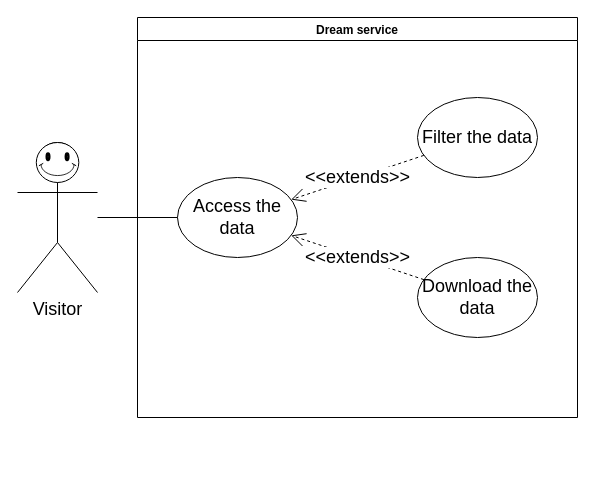
matteovisotto/SE2-CecchettoSirianiVisotto keeps this draw.io diagram as page "Visitor" (4 of 4) of Use cases diagram/UseCase.drawio. Above is the earlier version. Source tidied: cells renumbered, new cells numbered last; positions are measured from the earlier drawing's top-left corner, leaving out a move shared by most shapes. Both pictures are drawn from the tidied source at 100%, with x=0, y=0 at pixel (17, 17).
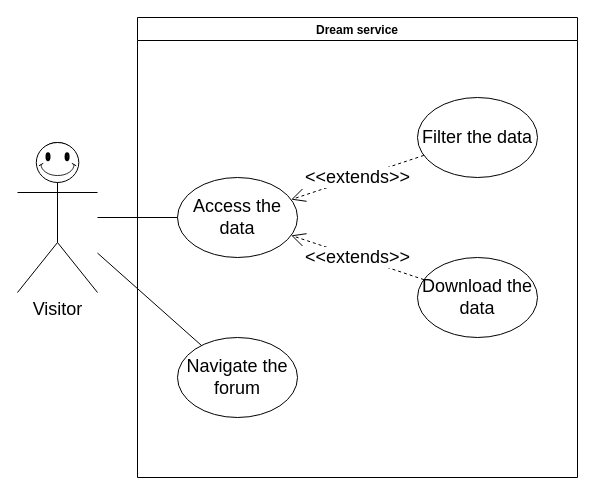
Above is the later version.

The edit, as a diff of the source:
```diff
@@
 <mxGraphModel>
   <root>
     <mxCell id="0" />
     <mxCell id="1" parent="0" />
     <mxCell id="2" value="&lt;font style=&quot;font-size: 18px&quot;&gt;Visitor&lt;/font&gt;" style="shape=umlActor;verticalLabelPosition=bottom;verticalAlign=top;html=1;outlineConnect=0;" parent="1" vertex="1">
       <mxGeometry y="125" width="80" height="150" as="geometry" />
     </mxCell>
     <mxCell id="3" value="Dream service" style="swimlane;" parent="1" vertex="1">
-      <mxGeometry x="120" width="440" height="400" as="geometry" />
+      <mxGeometry x="120" width="440" height="460" as="geometry" />
     </mxCell>
     <mxCell id="4" value="&lt;font style=&quot;font-size: 18px&quot;&gt;Filter the data&lt;/font&gt;" style="ellipse;whiteSpace=wrap;html=1;" parent="3" vertex="1">
       <mxGeometry x="280" y="80" width="120" height="80" as="geometry" />
     </mxCell>
     <mxCell id="5" value="&lt;font style=&quot;font-size: 18px&quot;&gt;Download the data&lt;/font&gt;" style="ellipse;whiteSpace=wrap;html=1;" parent="3" vertex="1">
       <mxGeometry x="280" y="240" width="120" height="80" as="geometry" />
     </mxCell>
     <mxCell id="6" value="&lt;font style=&quot;font-size: 18px&quot;&gt;Access the data&lt;/font&gt;" style="ellipse;whiteSpace=wrap;html=1;" parent="3" vertex="1">
       <mxGeometry x="40" y="160" width="120" height="80" as="geometry" />
     </mxCell>
     <mxCell id="7" value="&lt;font style=&quot;font-size: 18px&quot;&gt;&amp;lt;&amp;lt;extends&amp;gt;&amp;gt;&lt;/font&gt;" style="endArrow=open;endSize=12;dashed=1;html=1;rounded=0;" parent="3" edge="1" source="4" target="6">
       <mxGeometry relative="1" as="geometry" />
     </mxCell>
     <mxCell id="8" value="&lt;font style=&quot;font-size: 18px&quot;&gt;&amp;lt;&amp;lt;extends&amp;gt;&amp;gt;&lt;/font&gt;" style="endArrow=open;endSize=12;dashed=1;html=1;rounded=0;" parent="3" edge="1" source="5" target="6">
       <mxGeometry relative="1" as="geometry" />
     </mxCell>
+    <mxCell id="11" value="&lt;font style=&quot;font-size: 18px&quot;&gt;Navigate the forum&lt;/font&gt;" style="ellipse;whiteSpace=wrap;html=1;" parent="3" vertex="1">
+      <mxGeometry x="40" y="320" width="120" height="80" as="geometry" />
+    </mxCell>
     <mxCell id="9" style="verticalLabelPosition=bottom;verticalAlign=top;html=1;shape=mxgraph.basic.smiley;" parent="1" vertex="1">
       <mxGeometry x="18.8" y="125" width="42.5" height="40" as="geometry" />
     </mxCell>
     <mxCell id="10" style="endArrow=none;html=1;rounded=0;" parent="1" edge="1" source="2" target="6">
       <mxGeometry relative="1" as="geometry" />
     </mxCell>
+    <mxCell id="12" style="endArrow=none;html=1;rounded=0;" parent="1" edge="1" source="2" target="11">
+      <mxGeometry relative="1" as="geometry" />
+    </mxCell>
   </root>
 </mxGraphModel>
```
